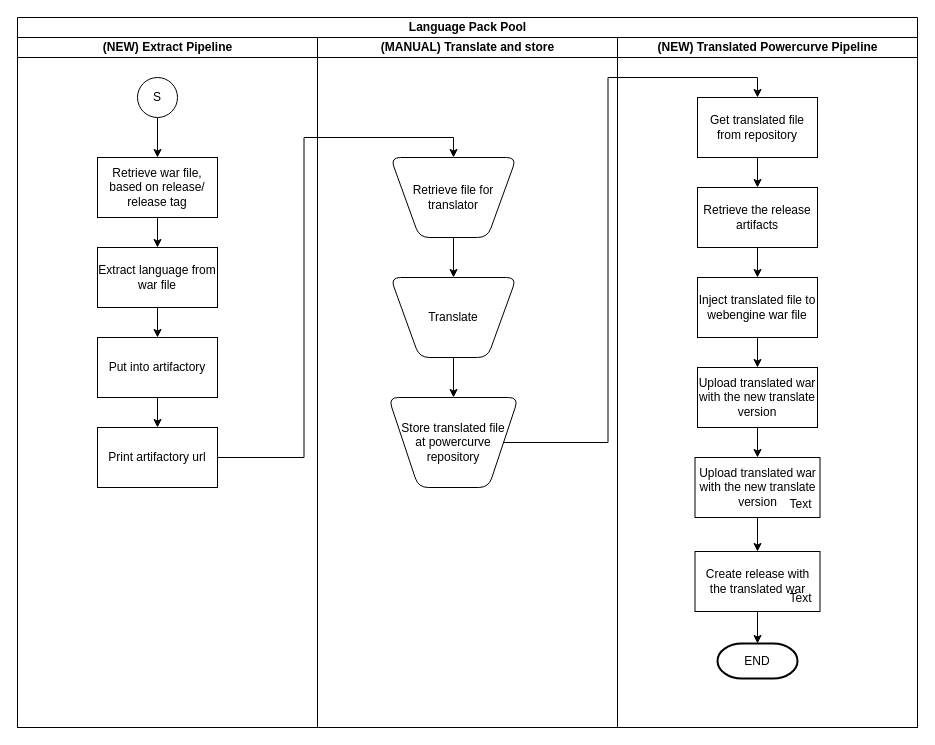
reinmartha/work keeps this draw.io diagram as ExtractLanguage.drawio. Above is the earlier version. Source tidied: cells renumbered, new cells numbered last; positions are measured from the earlier drawing's top-left corner, leaving out a move shared by most shapes. Both pictures are drawn from the tidied source at 100%, with x=0, y=0 at pixel (17, 17).
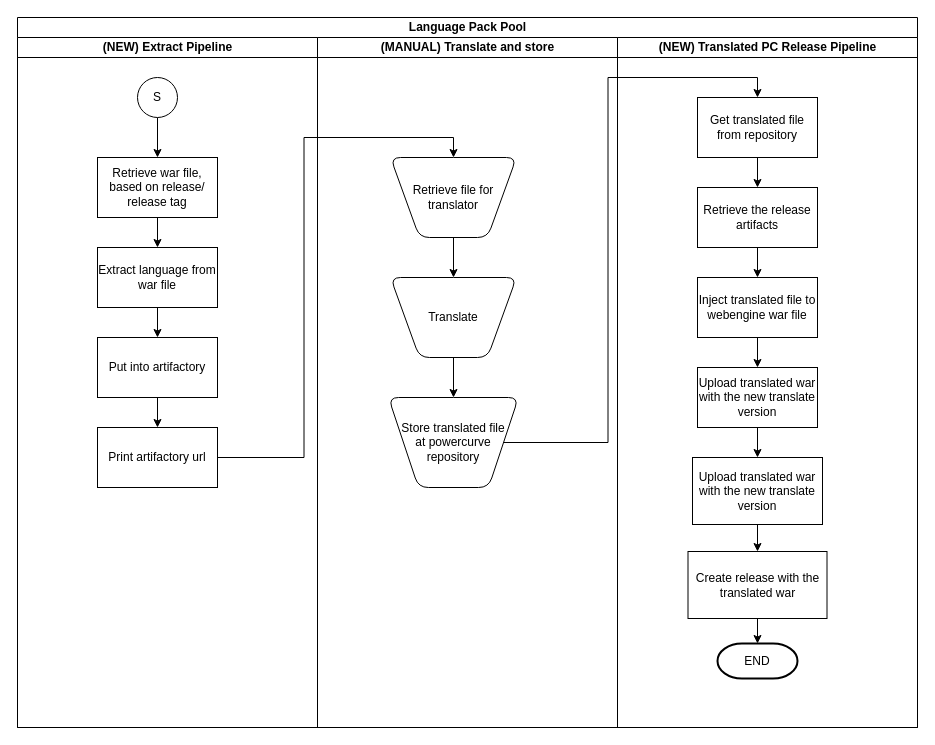
After the change.

The change refers to these unchanged cells:
```xml
<mxCell id="2" value="Language Pack Pool" style="swimlane;html=1;startSize=20;" parent="1" vertex="1">
  <mxGeometry width="900" height="710" as="geometry" />
</mxCell>
```

Diff of the diagram source:
```diff
@@
-    <mxCell id="19" value="(NEW) Translated Powercurve Pipeline" style="swimlane;html=1;startSize=20;" parent="2" vertex="1">
+    <mxCell id="19" value="(NEW) Translated PC Release Pipeline" style="swimlane;html=1;startSize=20;" parent="2" vertex="1">
       <mxGeometry x="600" y="20" width="300" height="690" as="geometry" />
     </mxCell>
@@
-    <mxCell id="25" value="Create release with the translated war" style="rounded=0;whiteSpace=wrap;html=1;" parent="19" vertex="1">
-      <mxGeometry x="77.5" y="514" width="125" height="60" as="geometry" />
-    </mxCell>
-    <mxCell id="26" value="Text" style="text;html=1;align=center;verticalAlign=middle;" parent="25" vertex="1">
-      <mxGeometry x="85" y="37" width="40" height="20" as="geometry" />
-    </mxCell>
@@
-    <mxCell id="31" value="Upload translated war with the new translate version" style="rounded=0;whiteSpace=wrap;html=1;" parent="19" vertex="1">
-      <mxGeometry x="77.5" y="420" width="125" height="60" as="geometry" />
-    </mxCell>
-    <mxCell id="32" value="Text" style="text;html=1;align=center;verticalAlign=middle;" parent="31" vertex="1">
-      <mxGeometry x="85" y="37" width="40" height="20" as="geometry" />
-    </mxCell>
@@
+    <mxCell id="31" value="Upload translated war with the new translate version" style="rounded=0;whiteSpace=wrap;html=1;" parent="19" vertex="1">
+      <mxGeometry x="75" y="420" width="130" height="67" as="geometry" />
+    </mxCell>
+    <mxCell id="25" value="Create release with the translated war" style="rounded=0;whiteSpace=wrap;html=1;" parent="19" vertex="1">
+      <mxGeometry x="70.5" y="514" width="139" height="67" as="geometry" />
+    </mxCell>
```
